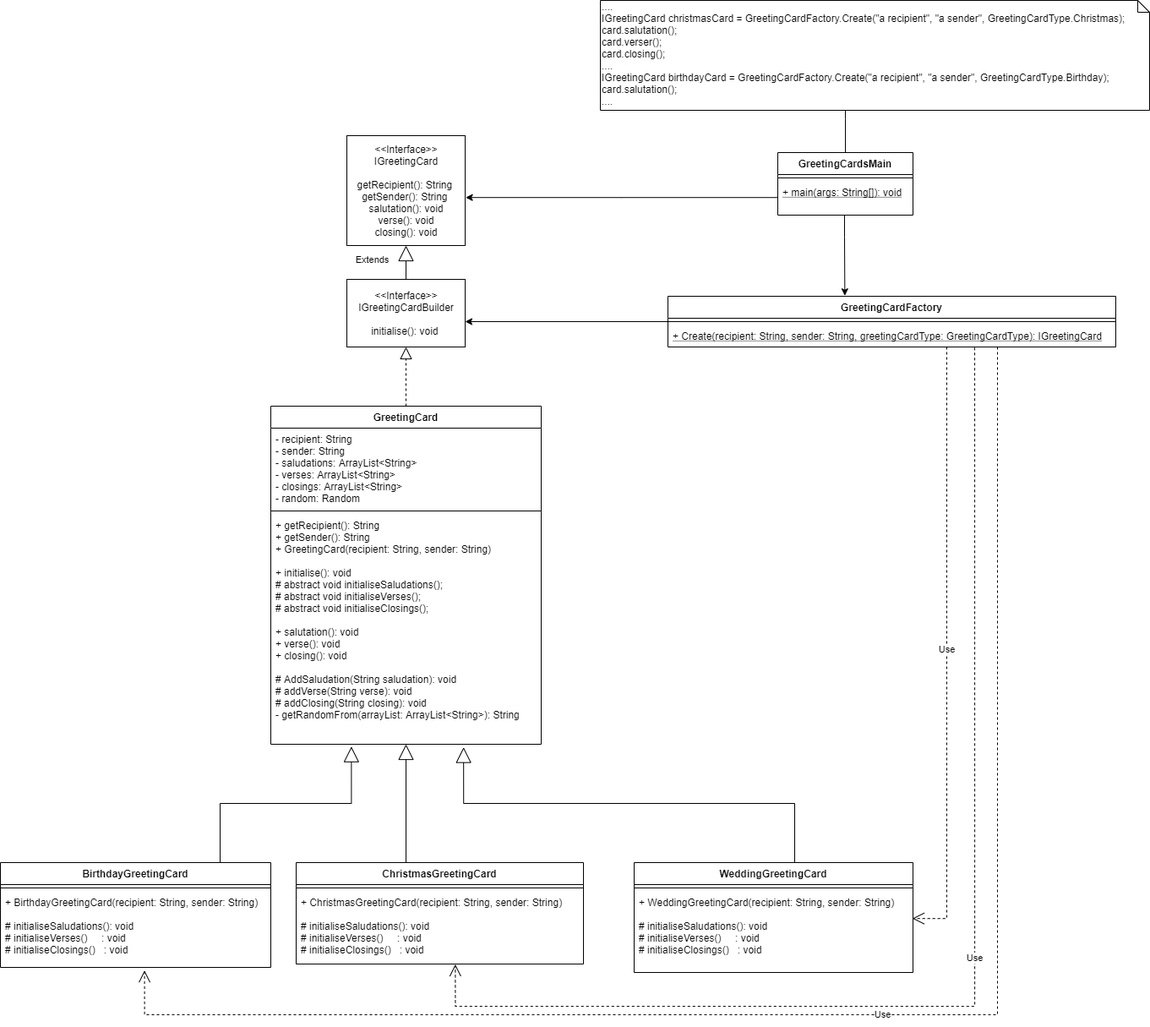
Before: GreetingCards Class diagram.png, a diagram exported from draw.io (herreramaxi/NCIRL-OOP-Topic4). Source tidied: cells renumbered, new cells last; positions are measured from the earlier drawing's top-left corner, leaving out a move shared by most shapes.
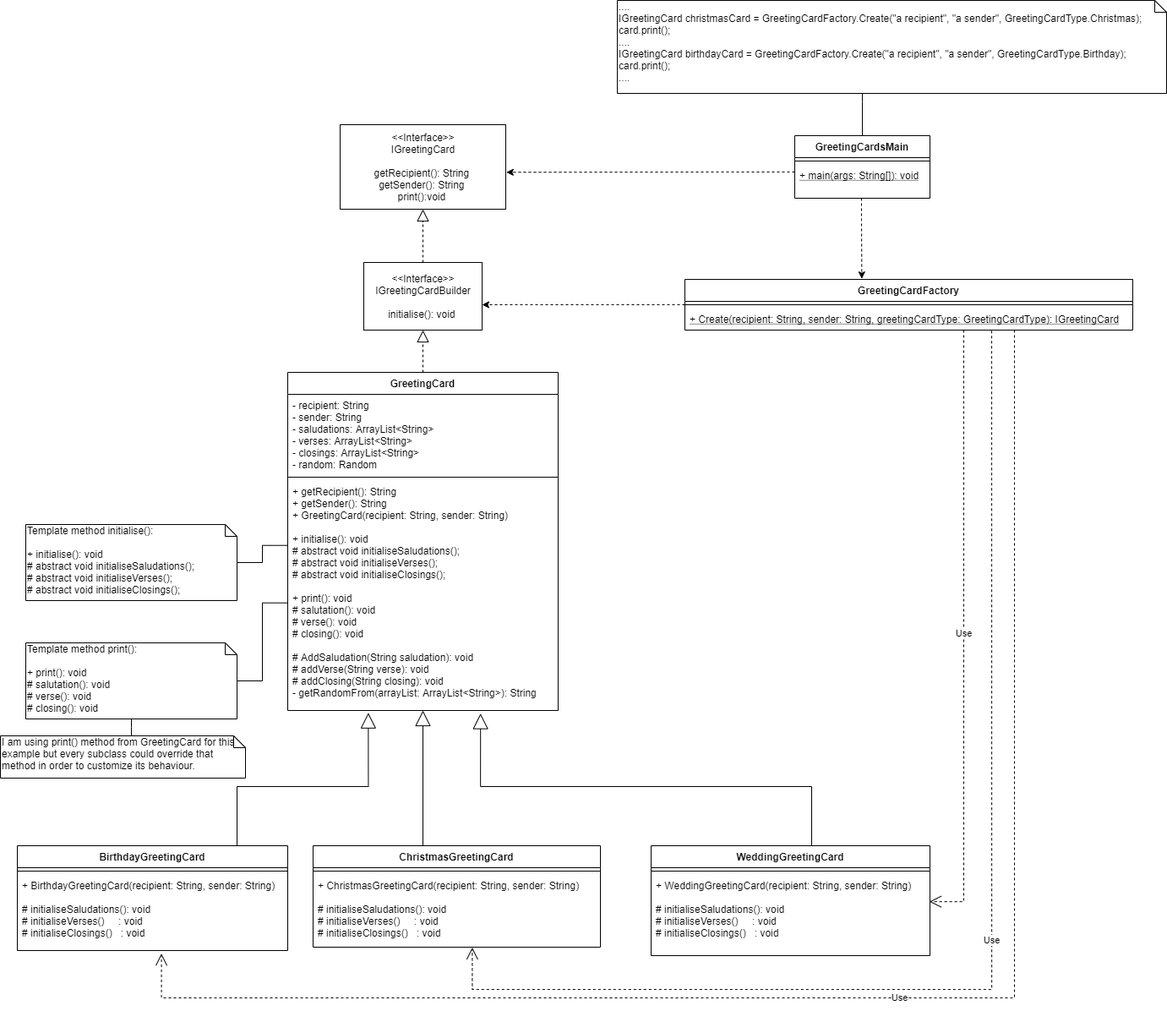
After the commit.

Commit message:
updating class diagram and add folders

Change to the diagram source:
```diff
@@ -5,27 +5,12 @@
     <mxCell id="2" value="&amp;lt;&amp;lt;Interface&amp;gt;&amp;gt;&lt;br&gt;IGreetingCardBuilder&lt;br&gt;&lt;br&gt;initialise(): void&amp;nbsp;" style="html=1;" parent="1" vertex="1">
       <mxGeometry x="410" y="330" width="140" height="80" as="geometry" />
     </mxCell>
-    <mxCell id="3" value="&amp;lt;&amp;lt;Interface&amp;gt;&amp;gt;&lt;br&gt;IGreetingCard&lt;br&gt;&lt;br&gt;&lt;div&gt;getRecipient(): String&amp;nbsp;&lt;/div&gt;&lt;div&gt;getSender(): String&amp;nbsp;&lt;/div&gt;&lt;div&gt;salutation(): void&lt;/div&gt;&lt;div&gt;verse(): void&lt;/div&gt;&lt;div&gt;closing(): void&lt;/div&gt;" style="html=1;" parent="1" vertex="1">
-      <mxGeometry x="410" y="160" width="140" height="130" as="geometry" />
+    <mxCell id="3" value="&lt;div&gt;&amp;lt;&amp;lt;Interface&amp;gt;&amp;gt;&lt;/div&gt;&lt;div&gt;IGreetingCard&lt;/div&gt;&lt;div&gt;&lt;br&gt;&lt;/div&gt;&lt;div&gt;getRecipient(): String&amp;nbsp;&lt;/div&gt;&lt;div&gt;getSender(): String&amp;nbsp;&lt;/div&gt;&lt;div&gt;print():void&amp;nbsp;&lt;/div&gt;" style="html=1;" parent="1" vertex="1">
+      <mxGeometry x="382" y="167" width="196" height="100" as="geometry" />
     </mxCell>
     <mxCell id="4" style="endArrow=block;dashed=1;endFill=0;endSize=12;html=1;exitX=0.5;exitY=0;exitDx=0;exitDy=0;entryX=0.5;entryY=1;entryDx=0;entryDy=0;" parent="1" edge="1" source="6" target="2">
       <mxGeometry relative="1" as="geometry" />
     </mxCell>
-    <mxCell id="5" value="Extends" style="endArrow=block;endSize=16;endFill=0;html=1;exitX=0.5;exitY=0;exitDx=0;exitDy=0;entryX=0.5;entryY=1;entryDx=0;entryDy=0;" parent="1" edge="1" source="2" target="3">
-      <mxGeometry x="0.14" y="40" relative="1" as="geometry" />
-    </mxCell>
-    <mxCell id="6" value="GreetingCard" style="swimlane;fontStyle=1;align=center;verticalAlign=top;horizontal=1;startSize=26;" parent="1" vertex="1">
-      <mxGeometry x="320" y="480" width="320" height="400" as="geometry" />
-    </mxCell>
-    <mxCell id="7" value="- recipient: String &#10;- sender: String &#10;- saludations: ArrayList&lt;String&gt; &#10;- verses: ArrayList&lt;String&gt; &#10;- closings: ArrayList&lt;String&gt; &#10;- random: Random" style="text;strokeColor=none;fillColor=none;align=left;verticalAlign=top;spacingLeft=4;spacingRight=4;overflow=hidden;" parent="6" vertex="1">
-      <mxGeometry y="26" width="320" height="94" as="geometry" />
-    </mxCell>
-    <mxCell id="8" style="line;strokeWidth=1;fillColor=none;align=left;verticalAlign=middle;spacingTop=-1;spacingLeft=3;spacingRight=3;labelPosition=right;" parent="6" vertex="1">
-      <mxGeometry y="120" width="320" height="8" as="geometry" />
-    </mxCell>
-    <mxCell id="9" value="+ getRecipient(): String &#10;+ getSender(): String &#10;+ GreetingCard(recipient: String, sender: String)&#10;&#10;+ initialise(): void&#10;# abstract void initialiseSaludations();&#10;# abstract void initialiseVerses();&#10;# abstract void initialiseClosings();&#10;&#10;+ salutation(): void&#10;+ verse(): void&#10;+ closing(): void&#10;&#10;# AddSaludation(String saludation): void&#10;# addVerse(String verse): void&#10;# addClosing(String closing): void&#10;- getRandomFrom(arrayList: ArrayList&lt;String&gt;): String" style="text;strokeColor=none;fillColor=none;align=left;verticalAlign=top;spacingLeft=4;spacingRight=4;overflow=hidden;points=[[0,0.5],[1,0.5]];portConstraint=eastwest;" parent="6" vertex="1">
-      <mxGeometry y="128" width="320" height="272" as="geometry" />
-    </mxCell>
     <mxCell id="10" style="endArrow=block;endSize=16;endFill=0;html=1;strokeColor=#000000;rounded=0;edgeStyle=orthogonalEdgeStyle;" parent="1" edge="1" target="9">
       <mxGeometry relative="1" as="geometry">
         <mxPoint x="480" y="1020" as="sourcePoint" />
@@ -50,7 +35,7 @@
         </Array>
       </mxGeometry>
     </mxCell>
-    <mxCell id="13" style="edgeStyle=orthogonalEdgeStyle;rounded=0;jumpStyle=none;jettySize=auto;html=1;entryX=1;entryY=0.625;entryDx=0;entryDy=0;entryPerimeter=0;strokeColor=#000000;" parent="1" edge="1" source="14" target="2">
+    <mxCell id="13" style="edgeStyle=orthogonalEdgeStyle;rounded=0;jumpStyle=none;jettySize=auto;html=1;entryX=1;entryY=0.625;entryDx=0;entryDy=0;entryPerimeter=0;strokeColor=#000000;dashed=1;" parent="1" edge="1" source="14" target="2">
       <mxGeometry relative="1" as="geometry" />
     </mxCell>
     <mxCell id="14" value="GreetingCardFactory" style="swimlane;fontStyle=1;align=center;verticalAlign=top;horizontal=1;startSize=26;" parent="1" vertex="1">
@@ -87,7 +72,7 @@
         </Array>
       </mxGeometry>
     </mxCell>
-    <mxCell id="20" style="edgeStyle=orthogonalEdgeStyle;rounded=0;jumpStyle=none;jettySize=auto;html=1;entryX=0.395;entryY=-0.013;entryDx=0;entryDy=0;entryPerimeter=0;strokeColor=#000000;" parent="1" edge="1" source="22" target="14">
+    <mxCell id="20" style="edgeStyle=orthogonalEdgeStyle;rounded=0;jumpStyle=none;jettySize=auto;html=1;entryX=0.395;entryY=-0.013;entryDx=0;entryDy=0;entryPerimeter=0;strokeColor=#000000;dashed=1;" parent="1" edge="1" source="22" target="14">
       <mxGeometry relative="1" as="geometry">
         <Array as="points">
           <mxPoint x="999" y="280" />
@@ -112,15 +97,16 @@
     <mxCell id="24" value="+ main(args: String[]): void" style="text;strokeColor=none;fillColor=none;align=left;verticalAlign=top;spacingLeft=4;spacingRight=4;overflow=hidden;points=[[0,0.5],[1,0.5]];portConstraint=eastwest;fontStyle=4;" parent="22" vertex="1">
       <mxGeometry y="34" width="160" height="40" as="geometry" />
     </mxCell>
-    <mxCell id="25" style="edgeStyle=orthogonalEdgeStyle;rounded=0;jumpStyle=none;jettySize=auto;html=1;entryX=1.004;entryY=0.563;entryDx=0;entryDy=0;entryPerimeter=0;strokeColor=#000000;" parent="1" edge="1" source="24" target="3">
+    <mxCell id="25" style="edgeStyle=orthogonalEdgeStyle;rounded=0;jumpStyle=none;jettySize=auto;html=1;entryX=1.004;entryY=0.563;entryDx=0;entryDy=0;entryPerimeter=0;strokeColor=#000000;dashed=1;" parent="1" edge="1" source="24" target="3">
       <mxGeometry relative="1" as="geometry">
         <Array as="points">
-          <mxPoint x="735" y="234" />
+          <mxPoint x="820" y="223" />
+          <mxPoint x="820" y="223" />
         </Array>
       </mxGeometry>
     </mxCell>
-    <mxCell id="26" value="....&lt;br&gt;IGreetingCard christmasCard =&amp;nbsp;GreetingCardFactory.Create(&quot;a recipient&quot;, &quot;a sender&quot;, GreetingCardType.Christmas);&lt;br&gt;card.salutation();&lt;br&gt;card.verser();&lt;br&gt;card.closing();&lt;br&gt;....&lt;br&gt;IGreetingCard birthdayCard =&amp;nbsp;GreetingCardFactory.Create(&quot;a recipient&quot;, &quot;a sender&quot;, GreetingCardType.Birthday);&lt;br&gt;card.salutation();&lt;br&gt;...." style="shape=note;whiteSpace=wrap;html=1;size=14;verticalAlign=top;align=left;spacingTop=-6;" parent="1" vertex="1">
-      <mxGeometry x="710" width="650" height="130" as="geometry" />
+    <mxCell id="26" value="&lt;div&gt;....&lt;/div&gt;&lt;div&gt;IGreetingCard christmasCard = GreetingCardFactory.Create(&quot;a recipient&quot;, &quot;a sender&quot;, GreetingCardType.Christmas);&lt;/div&gt;&lt;div&gt;card.print();&lt;/div&gt;&lt;div&gt;....&lt;/div&gt;&lt;div&gt;IGreetingCard birthdayCard = GreetingCardFactory.Create(&quot;a recipient&quot;, &quot;a sender&quot;, GreetingCardType.Birthday);&lt;/div&gt;&lt;div&gt;card.print();&lt;/div&gt;&lt;div&gt;....&lt;/div&gt;" style="shape=note;whiteSpace=wrap;html=1;size=14;verticalAlign=top;align=left;spacingTop=-6;" parent="1" vertex="1">
+      <mxGeometry x="710" y="20" width="650" height="110" as="geometry" />
     </mxCell>
     <mxCell id="27" value="BirthdayGreetingCard" style="swimlane;fontStyle=1;align=center;verticalAlign=top;horizontal=1;startSize=26;" parent="1" vertex="1">
       <mxGeometry y="1020" width="320" height="124" as="geometry" />
@@ -149,5 +135,43 @@
     <mxCell id="35" value="+ WeddingGreetingCard(recipient: String, sender: String) &#10;&#10;# initialiseSaludations(): void &#10;# initialiseVerses()     : void &#10;# initialiseClosings()   : void " style="text;strokeColor=none;fillColor=none;align=left;verticalAlign=top;spacingLeft=4;spacingRight=4;overflow=hidden;points=[[0,0.5],[1,0.5]];portConstraint=eastwest;" parent="33" vertex="1">
       <mxGeometry y="34" width="330" height="96" as="geometry" />
     </mxCell>
+    <mxCell id="36" style="edgeStyle=orthogonalEdgeStyle;rounded=0;jettySize=auto;html=1;entryX=0.001;entryY=0.282;entryDx=0;entryDy=0;entryPerimeter=0;endArrow=none;endFill=0;" parent="1" edge="1" source="37" target="9">
+      <mxGeometry relative="1" as="geometry" />
+    </mxCell>
+    <mxCell id="37" value="Template method initialise():&lt;br&gt;&lt;br&gt;&lt;span&gt;+ initialise(): void&lt;/span&gt;&lt;br style=&quot;padding: 0px ; margin: 0px&quot;&gt;&lt;span&gt;# abstract void initialiseSaludations();&lt;/span&gt;&lt;br style=&quot;padding: 0px ; margin: 0px&quot;&gt;&lt;span&gt;# abstract void initialiseVerses();&lt;/span&gt;&lt;br style=&quot;padding: 0px ; margin: 0px&quot;&gt;&lt;span&gt;# abstract void initialiseClosings();&lt;/span&gt;" style="shape=note;whiteSpace=wrap;html=1;size=14;verticalAlign=top;align=left;spacingTop=-6;" parent="1" vertex="1">
+      <mxGeometry x="10" y="640" width="250" height="90" as="geometry" />
+    </mxCell>
+    <mxCell id="38" style="edgeStyle=orthogonalEdgeStyle;rounded=0;jettySize=auto;html=1;entryX=-0.002;entryY=0.532;entryDx=0;entryDy=0;entryPerimeter=0;endArrow=none;endFill=0;" parent="1" edge="1" source="39" target="9">
+      <mxGeometry relative="1" as="geometry" />
+    </mxCell>
+    <mxCell id="39" value="Template method print():&lt;br&gt;&lt;br&gt;&lt;span&gt;+ print(): void&lt;/span&gt;&lt;br style=&quot;padding: 0px ; margin: 0px&quot;&gt;&lt;span&gt;# salutation(): void&lt;/span&gt;&lt;br style=&quot;padding: 0px ; margin: 0px&quot;&gt;&lt;span&gt;# verse(): void&lt;/span&gt;&lt;br style=&quot;padding: 0px ; margin: 0px&quot;&gt;&lt;span&gt;# closing(): void&lt;/span&gt;" style="shape=note;whiteSpace=wrap;html=1;size=14;verticalAlign=top;align=left;spacingTop=-6;" parent="1" vertex="1">
+      <mxGeometry x="10" y="780" width="250" height="90" as="geometry" />
+    </mxCell>
+    <mxCell id="40" style="edgeStyle=orthogonalEdgeStyle;rounded=0;jettySize=auto;html=1;endArrow=none;endFill=0;" parent="1" edge="1" source="41" target="39">
+      <mxGeometry relative="1" as="geometry">
+        <Array as="points">
+          <mxPoint x="135" y="880" />
+          <mxPoint x="135" y="880" />
+        </Array>
+      </mxGeometry>
+    </mxCell>
+    <mxCell id="41" value="I am using print() method from GreetingCard for this example but every subclass could override that method in order to customize its behaviour." style="shape=note;whiteSpace=wrap;html=1;size=14;verticalAlign=top;align=left;spacingTop=-6;" parent="1" vertex="1">
+      <mxGeometry x="-20" y="890" width="290" height="50" as="geometry" />
+    </mxCell>
+    <mxCell id="6" value="GreetingCard" style="swimlane;fontStyle=1;align=center;verticalAlign=top;horizontal=1;startSize=26;" parent="1" vertex="1">
+      <mxGeometry x="320" y="460" width="320" height="400" as="geometry" />
+    </mxCell>
+    <mxCell id="7" value="- recipient: String &#10;- sender: String &#10;- saludations: ArrayList&lt;String&gt; &#10;- verses: ArrayList&lt;String&gt; &#10;- closings: ArrayList&lt;String&gt; &#10;- random: Random" style="text;strokeColor=none;fillColor=none;align=left;verticalAlign=top;spacingLeft=4;spacingRight=4;overflow=hidden;" parent="6" vertex="1">
+      <mxGeometry y="26" width="320" height="94" as="geometry" />
+    </mxCell>
+    <mxCell id="8" style="line;strokeWidth=1;fillColor=none;align=left;verticalAlign=middle;spacingTop=-1;spacingLeft=3;spacingRight=3;labelPosition=right;" parent="6" vertex="1">
+      <mxGeometry y="120" width="320" height="8" as="geometry" />
+    </mxCell>
+    <mxCell id="9" value="+ getRecipient(): String &#10;+ getSender(): String &#10;+ GreetingCard(recipient: String, sender: String)&#10;&#10;+ initialise(): void&#10;# abstract void initialiseSaludations();&#10;# abstract void initialiseVerses();&#10;# abstract void initialiseClosings();&#10;&#10;+ print(): void&#10;# salutation(): void&#10;# verse(): void&#10;# closing(): void&#10;&#10;# AddSaludation(String saludation): void&#10;# addVerse(String verse): void&#10;# addClosing(String closing): void&#10;- getRandomFrom(arrayList: ArrayList&lt;String&gt;): String" style="text;strokeColor=none;fillColor=none;align=left;verticalAlign=top;spacingLeft=4;spacingRight=4;overflow=hidden;points=[[0,0.5],[1,0.5]];portConstraint=eastwest;" parent="6" vertex="1">
+      <mxGeometry y="128" width="320" height="272" as="geometry" />
+    </mxCell>
+    <mxCell id="5" style="endArrow=block;dashed=1;endFill=0;endSize=12;html=1;exitX=0.5;exitY=0;exitDx=0;exitDy=0;entryX=0.5;entryY=1;entryDx=0;entryDy=0;" parent="1" edge="1" source="2" target="3">
+      <mxGeometry relative="1" as="geometry" />
+    </mxCell>
   </root>
 </mxGraphModel>
```
